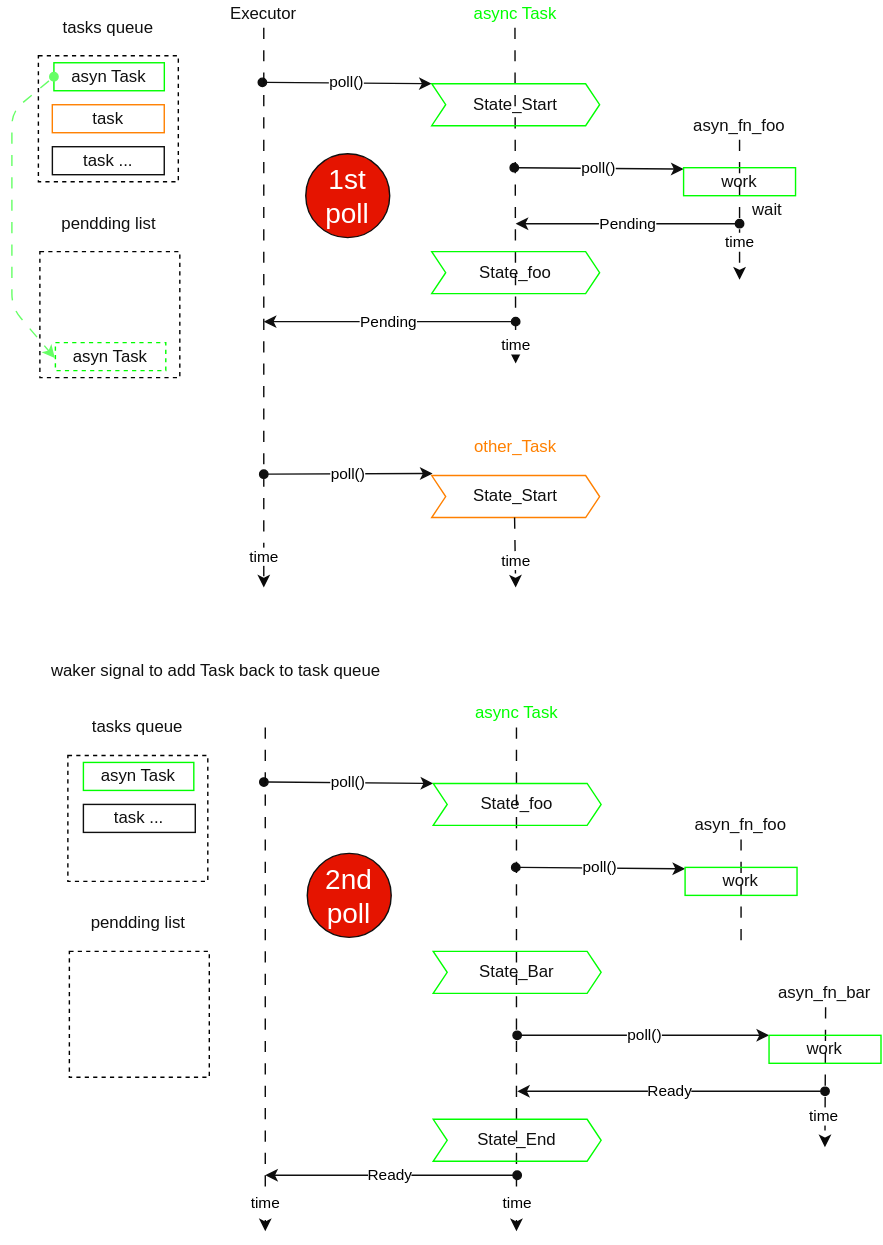
The draw.io diagram docs/rust/async/images/state_machine.drawio.svg in htgithub194/self-study, before a commit. Source tidied: cells renumbered, new cells last; positions are measured from the earlier drawing's top-left corner, leaving out a move shared by most shapes. Source of this version:
```xml
<mxGraphModel>
  <root>
    <mxCell id="0" />
    <mxCell id="1" parent="0" />
    <mxCell id="2" value="Executor" style="text;html=1;align=center;verticalAlign=middle;whiteSpace=wrap;rounded=0;fontColor=light-dark(#0F0F0F,#F0F0F0);" parent="1" vertex="1">
      <mxGeometry x="141" width="120" height="20" as="geometry" />
    </mxCell>
    <mxCell id="3" value="poll()" style="edgeStyle=none;html=1;exitX=0;exitY=0.5;exitDx=0;exitDy=0;strokeColor=light-dark(#0F0F0F,#F0F0F0);startArrow=oval;startFill=1;" parent="1" edge="1">
      <mxGeometry relative="1" as="geometry">
        <mxPoint x="200" y="59" as="sourcePoint" />
        <mxPoint x="321" y="60" as="targetPoint" />
      </mxGeometry>
    </mxCell>
    <mxCell id="4" value="async Task" style="text;html=1;align=center;verticalAlign=middle;whiteSpace=wrap;rounded=0;fontColor=light-dark(#00FF00,#00FF00);" parent="1" vertex="1">
      <mxGeometry x="321" width="120" height="20" as="geometry" />
    </mxCell>
    <mxCell id="5" value="time" style="edgeStyle=none;html=1;exitX=0.5;exitY=1;exitDx=0;exitDy=0;strokeColor=light-dark(#090909,#909090);startArrow=none;startFill=0;dashed=1;dashPattern=8 8;" parent="1" edge="1" source="2">
      <mxGeometry x="0.89" relative="1" as="geometry">
        <mxPoint x="201" y="420" as="targetPoint" />
      </mxGeometry>
    </mxCell>
    <mxCell id="6" value="time" style="edgeStyle=none;html=1;exitX=0.5;exitY=1;exitDx=0;exitDy=0;strokeColor=light-dark(#090909,#909090);startArrow=none;startFill=0;dashed=1;dashPattern=8 8;" parent="1" edge="1">
      <mxGeometry x="0.89" relative="1" as="geometry">
        <mxPoint x="380.5" y="20" as="sourcePoint" />
        <mxPoint x="381" y="260" as="targetPoint" />
      </mxGeometry>
    </mxCell>
    <mxCell id="7" value="asyn_fn_foo" style="text;html=1;align=center;verticalAlign=middle;whiteSpace=wrap;rounded=0;fontColor=light-dark(#0F0F0F,#F0F0F0);" parent="1" vertex="1">
      <mxGeometry x="481" y="80" width="120" height="20" as="geometry" />
    </mxCell>
    <mxCell id="8" value="time" style="edgeStyle=none;html=1;strokeColor=light-dark(#090909,#909090);startArrow=none;startFill=0;dashed=1;dashPattern=8 8;" parent="1" edge="1">
      <mxGeometry x="0.45" relative="1" as="geometry">
        <mxPoint x="541" y="100" as="sourcePoint" />
        <mxPoint x="541" y="200" as="targetPoint" />
      </mxGeometry>
    </mxCell>
    <mxCell id="9" value="State_Start" style="shape=step;perimeter=stepPerimeter;whiteSpace=wrap;html=1;fixedSize=1;fillColor=none;strokeColor=light-dark(#00FF00,#00FF00);fontColor=light-dark(#0F0F0F,#F0F0F0);size=10;" parent="1" vertex="1">
      <mxGeometry x="321" y="60" width="120" height="30" as="geometry" />
    </mxCell>
    <mxCell id="10" value="poll()" style="edgeStyle=none;html=1;exitX=0;exitY=0.5;exitDx=0;exitDy=0;strokeColor=light-dark(#0F0F0F,#F0F0F0);startArrow=oval;startFill=1;" parent="1" edge="1">
      <mxGeometry relative="1" as="geometry">
        <mxPoint x="380" y="120" as="sourcePoint" />
        <mxPoint x="501" y="121" as="targetPoint" />
      </mxGeometry>
    </mxCell>
    <mxCell id="11" value="work" style="rounded=0;whiteSpace=wrap;html=1;strokeColor=light-dark(#00FF00,#00FF00);fillColor=none;align=center;fontColor=light-dark(#0F0F0F,#F0F0F0);" parent="1" vertex="1">
      <mxGeometry x="501" y="120" width="80" height="20" as="geometry" />
    </mxCell>
    <mxCell id="12" value="wait" style="rounded=0;whiteSpace=wrap;html=1;strokeColor=none;fillColor=none;align=center;fontColor=light-dark(#0F0F0F,#F0F0F0);dashed=1;" parent="1" vertex="1">
      <mxGeometry x="541" y="140" width="40" height="20" as="geometry" />
    </mxCell>
    <mxCell id="13" value="Pending" style="edgeStyle=none;html=1;strokeColor=light-dark(#0F0F0F,#F0F0F0);startArrow=oval;startFill=1;" parent="1" edge="1">
      <mxGeometry relative="1" as="geometry">
        <mxPoint x="541" y="160" as="sourcePoint" />
        <mxPoint x="381" y="160" as="targetPoint" />
      </mxGeometry>
    </mxCell>
    <mxCell id="14" value="Pending" style="edgeStyle=none;html=1;exitX=0;exitY=0.5;exitDx=0;exitDy=0;strokeColor=light-dark(#0F0F0F,#F0F0F0);startArrow=oval;startFill=1;" parent="1" edge="1">
      <mxGeometry relative="1" as="geometry">
        <mxPoint x="381" y="230" as="sourcePoint" />
        <mxPoint x="201" y="230" as="targetPoint" />
      </mxGeometry>
    </mxCell>
    <mxCell id="15" value="State_foo" style="shape=step;perimeter=stepPerimeter;whiteSpace=wrap;html=1;fixedSize=1;fillColor=none;strokeColor=light-dark(#00FF00,#00FF00);fontColor=light-dark(#0F0F0F,#F0F0F0);size=10;" parent="1" vertex="1">
      <mxGeometry x="321" y="180" width="120" height="30" as="geometry" />
    </mxCell>
    <mxCell id="16" style="rounded=0;whiteSpace=wrap;html=1;strokeColor=default;fillColor=none;align=center;verticalAlign=middle;fontColor=light-dark(#0F0F0F,#F0F0F0);dashed=1;" parent="1" vertex="1">
      <mxGeometry x="39.9" y="40" width="100" height="90" as="geometry" />
    </mxCell>
    <mxCell id="17" value="tasks queue" style="text;html=1;align=center;verticalAlign=middle;whiteSpace=wrap;rounded=0;fontColor=light-dark(#0F0F0F,#F0F0F0);" parent="1" vertex="1">
      <mxGeometry x="50" y="10" width="80" height="20" as="geometry" />
    </mxCell>
    <mxCell id="18" value="pendding list" style="text;html=1;align=center;verticalAlign=middle;whiteSpace=wrap;rounded=0;fontColor=light-dark(#0F0F0F,#F0F0F0);" parent="1" vertex="1">
      <mxGeometry x="40" y="150" width="101" height="20" as="geometry" />
    </mxCell>
    <mxCell id="19" value="asyn Task" style="rounded=0;whiteSpace=wrap;html=1;strokeColor=light-dark(#00FF00,#00FF00);fillColor=none;align=center;fontColor=light-dark(#0F0F0F,#F0F0F0);verticalAlign=middle;" parent="1" vertex="1">
      <mxGeometry x="51" y="45" width="78.9" height="20" as="geometry" />
    </mxCell>
    <mxCell id="20" style="rounded=0;whiteSpace=wrap;html=1;strokeColor=default;fillColor=none;align=center;verticalAlign=middle;fontColor=light-dark(#0F0F0F,#F0F0F0);dashed=1;" parent="1" vertex="1">
      <mxGeometry x="41" y="180" width="100" height="90" as="geometry" />
    </mxCell>
    <mxCell id="21" value="asyn Task" style="rounded=0;whiteSpace=wrap;html=1;strokeColor=light-dark(#00FF00,#00FF00);fillColor=none;align=center;fontColor=light-dark(#0F0F0F,#F0F0F0);verticalAlign=middle;dashed=1;" parent="1" vertex="1">
      <mxGeometry x="52.1" y="245" width="78.9" height="20" as="geometry" />
    </mxCell>
    <mxCell id="22" style="edgeStyle=none;html=1;entryX=-0.005;entryY=0.55;entryDx=0;entryDy=0;exitX=0;exitY=0.5;exitDx=0;exitDy=0;startArrow=oval;startFill=1;dashed=1;entryPerimeter=0;flowAnimation=1;strokeColor=light-dark(#66FF66,#66FF66);dashPattern=8 8;" parent="1" edge="1" source="19" target="21">
      <mxGeometry relative="1" as="geometry">
        <Array as="points">
          <mxPoint x="21" y="80" />
          <mxPoint x="21" y="220" />
        </Array>
      </mxGeometry>
    </mxCell>
    <mxCell id="23" value="waker signal to add Task back to task queue" style="text;html=1;align=center;verticalAlign=middle;whiteSpace=wrap;rounded=0;fontColor=light-dark(#0F0F0F,#F0F0F0);" parent="1" vertex="1">
      <mxGeometry x="42.1" y="460" width="250" height="40" as="geometry" />
    </mxCell>
    <mxCell id="24" value="poll()" style="edgeStyle=none;html=1;exitX=0;exitY=0.5;exitDx=0;exitDy=0;strokeColor=light-dark(#0F0F0F,#F0F0F0);startArrow=oval;startFill=1;" parent="1" edge="1">
      <mxGeometry relative="1" as="geometry">
        <mxPoint x="201.1" y="559" as="sourcePoint" />
        <mxPoint x="322.1" y="560" as="targetPoint" />
      </mxGeometry>
    </mxCell>
    <mxCell id="25" value="time" style="edgeStyle=none;html=1;exitX=0.5;exitY=1;exitDx=0;exitDy=0;strokeColor=light-dark(#090909,#909090);startArrow=none;startFill=0;dashed=1;dashPattern=8 8;" parent="1" edge="1">
      <mxGeometry x="0.89" relative="1" as="geometry">
        <mxPoint x="202.1" y="520" as="sourcePoint" />
        <mxPoint x="202.1" y="880" as="targetPoint" />
      </mxGeometry>
    </mxCell>
    <mxCell id="26" value="time" style="edgeStyle=none;html=1;exitX=0.5;exitY=1;exitDx=0;exitDy=0;strokeColor=light-dark(#090909,#909090);startArrow=none;startFill=0;dashed=1;dashPattern=8 8;" parent="1" edge="1">
      <mxGeometry x="0.89" relative="1" as="geometry">
        <mxPoint x="381.6" y="520" as="sourcePoint" />
        <mxPoint x="381.6" y="880" as="targetPoint" />
      </mxGeometry>
    </mxCell>
    <mxCell id="27" style="edgeStyle=none;html=1;strokeColor=light-dark(#090909,#909090);startArrow=none;startFill=0;dashed=1;dashPattern=8 8;endArrow=none;endFill=0;" parent="1" edge="1">
      <mxGeometry x="0.69" relative="1" as="geometry">
        <mxPoint x="542.1" y="600" as="sourcePoint" />
        <mxPoint x="542.1" y="680" as="targetPoint" />
      </mxGeometry>
    </mxCell>
    <mxCell id="28" value="State_foo" style="shape=step;perimeter=stepPerimeter;whiteSpace=wrap;html=1;fixedSize=1;fillColor=none;strokeColor=light-dark(#00FF00,#00FF00);fontColor=light-dark(#0F0F0F,#F0F0F0);size=10;" parent="1" vertex="1">
      <mxGeometry x="322.1" y="560" width="120" height="30" as="geometry" />
    </mxCell>
    <mxCell id="29" value="poll()" style="edgeStyle=none;html=1;exitX=0;exitY=0.5;exitDx=0;exitDy=0;strokeColor=light-dark(#0F0F0F,#F0F0F0);startArrow=oval;startFill=1;" parent="1" edge="1">
      <mxGeometry relative="1" as="geometry">
        <mxPoint x="381.1" y="620" as="sourcePoint" />
        <mxPoint x="502.1" y="621" as="targetPoint" />
      </mxGeometry>
    </mxCell>
    <mxCell id="30" value="work" style="rounded=0;whiteSpace=wrap;html=1;strokeColor=light-dark(#00FF00,#00FF00);fillColor=none;align=center;fontColor=light-dark(#0F0F0F,#F0F0F0);" parent="1" vertex="1">
      <mxGeometry x="502.1" y="620" width="80" height="20" as="geometry" />
    </mxCell>
    <mxCell id="31" value="Ready" style="edgeStyle=none;html=1;strokeColor=light-dark(#0F0F0F,#F0F0F0);startArrow=oval;startFill=1;" parent="1" edge="1">
      <mxGeometry relative="1" as="geometry">
        <mxPoint x="602.1" y="780" as="sourcePoint" />
        <mxPoint x="382.1" y="780" as="targetPoint" />
      </mxGeometry>
    </mxCell>
    <mxCell id="32" style="edgeStyle=none;html=1;entryX=-0.005;entryY=0.55;entryDx=0;entryDy=0;exitX=0;exitY=0.5;exitDx=0;exitDy=0;startArrow=oval;startFill=1;dashed=1;entryPerimeter=0;flowAnimation=1;strokeColor=light-dark(#66FF66,#66FF66);dashPattern=8 8;" parent="1" edge="1" target="x">
      <mxGeometry relative="1" as="geometry">
        <mxPoint x="51.6" y="645" as="sourcePoint" />
        <Array as="points">
          <mxPoint x="0.5" y="680" />
          <mxPoint x="0.5" y="800" />
        </Array>
      </mxGeometry>
    </mxCell>
    <mxCell id="33" value="State_Bar" style="shape=step;perimeter=stepPerimeter;whiteSpace=wrap;html=1;fixedSize=1;fillColor=none;strokeColor=light-dark(#00FF00,#00FF00);fontColor=light-dark(#0F0F0F,#F0F0F0);size=10;" parent="1" vertex="1">
      <mxGeometry x="322.1" y="680" width="120" height="30" as="geometry" />
    </mxCell>
    <mxCell id="34" value="poll()" style="edgeStyle=none;html=1;exitX=0;exitY=0.5;exitDx=0;exitDy=0;strokeColor=light-dark(#0F0F0F,#F0F0F0);startArrow=oval;startFill=1;entryX=0;entryY=0;entryDx=0;entryDy=0;" parent="1" edge="1" target="37">
      <mxGeometry relative="1" as="geometry">
        <mxPoint x="382.1" y="740" as="sourcePoint" />
      </mxGeometry>
    </mxCell>
    <mxCell id="35" value="asyn_fn_bar" style="text;html=1;align=center;verticalAlign=middle;whiteSpace=wrap;rounded=0;fontColor=light-dark(#0F0F0F,#F0F0F0);" parent="1" vertex="1">
      <mxGeometry x="562.1" y="700" width="80" height="20" as="geometry" />
    </mxCell>
    <mxCell id="36" value="time" style="edgeStyle=none;html=1;strokeColor=light-dark(#090909,#909090);startArrow=none;startFill=0;dashed=1;dashPattern=8 8;" parent="1" edge="1">
      <mxGeometry x="0.56" y="-1" relative="1" as="geometry">
        <mxPoint x="602.5" y="720" as="sourcePoint" />
        <mxPoint x="602" y="820" as="targetPoint" />
      </mxGeometry>
    </mxCell>
    <mxCell id="37" value="work" style="rounded=0;whiteSpace=wrap;html=1;strokeColor=light-dark(#00FF00,#00FF00);fillColor=none;align=center;fontColor=light-dark(#0F0F0F,#F0F0F0);" parent="1" vertex="1">
      <mxGeometry x="562.1" y="740" width="80" height="20" as="geometry" />
    </mxCell>
    <mxCell id="38" value="asyn_fn_foo" style="text;html=1;align=center;verticalAlign=middle;whiteSpace=wrap;rounded=0;fontColor=light-dark(#0F0F0F,#F0F0F0);" parent="1" vertex="1">
      <mxGeometry x="482.1" y="580" width="120" height="20" as="geometry" />
    </mxCell>
    <mxCell id="39" value="async Task" style="text;html=1;align=center;verticalAlign=middle;whiteSpace=wrap;rounded=0;fontColor=light-dark(#00FF00,#00FF00);" parent="1" vertex="1">
      <mxGeometry x="322.1" y="500" width="120" height="20" as="geometry" />
    </mxCell>
    <mxCell id="40" value="1st&lt;br&gt;poll" style="ellipse;whiteSpace=wrap;html=1;rounded=0;align=center;verticalAlign=middle;fontFamily=Helvetica;fontSize=20;fontColor=#ffffff;fillColor=#e51400;strokeColor=light-dark(#0F0F0F,#F0F0F0);" parent="1" vertex="1">
      <mxGeometry x="231" y="110" width="60" height="60" as="geometry" />
    </mxCell>
    <mxCell id="41" value="2nd&lt;br&gt;poll" style="ellipse;whiteSpace=wrap;html=1;rounded=0;align=center;verticalAlign=middle;fontFamily=Helvetica;fontSize=20;fontColor=#ffffff;fillColor=#e51400;strokeColor=light-dark(#0F0F0F,#F0F0F0);" parent="1" vertex="1">
      <mxGeometry x="232.1" y="610" width="60" height="60" as="geometry" />
    </mxCell>
    <mxCell id="42" value="State_End" style="shape=step;perimeter=stepPerimeter;whiteSpace=wrap;html=1;fixedSize=1;fillColor=none;strokeColor=light-dark(#00FF00,#00FF00);fontColor=light-dark(#0F0F0F,#F0F0F0);size=10;" parent="1" vertex="1">
      <mxGeometry x="322.1" y="800" width="120" height="30" as="geometry" />
    </mxCell>
    <mxCell id="43" value="Ready" style="edgeStyle=none;html=1;strokeColor=light-dark(#0F0F0F,#F0F0F0);startArrow=oval;startFill=1;" parent="1" edge="1">
      <mxGeometry relative="1" as="geometry">
        <mxPoint x="382.1" y="840" as="sourcePoint" />
        <mxPoint x="202.1" y="840" as="targetPoint" />
      </mxGeometry>
    </mxCell>
    <mxCell id="44" value="task" style="rounded=0;whiteSpace=wrap;html=1;strokeColor=light-dark(#FF8000,#FF8000);fillColor=none;align=center;fontColor=light-dark(#0F0F0F,#F0F0F0);verticalAlign=middle;" parent="1" vertex="1">
      <mxGeometry x="49.9" y="75" width="80" height="20" as="geometry" />
    </mxCell>
    <mxCell id="45" value="task ..." style="rounded=0;whiteSpace=wrap;html=1;strokeColor=light-dark(#0F0F0F,#F0F0F0);fillColor=none;align=center;verticalAlign=middle;fontColor=light-dark(#0F0F0F,#F0F0F0);" parent="1" vertex="1">
      <mxGeometry x="49.9" y="105" width="80" height="20" as="geometry" />
    </mxCell>
    <mxCell id="46" value="State_Start" style="shape=step;perimeter=stepPerimeter;whiteSpace=wrap;html=1;fixedSize=1;fillColor=none;strokeColor=light-dark(#FF8000,#FF8000);fontColor=light-dark(#0F0F0F,#F0F0F0);size=10;" parent="1" vertex="1">
      <mxGeometry x="321" y="340" width="120" height="30" as="geometry" />
    </mxCell>
    <mxCell id="47" value="other_Task" style="text;html=1;align=center;verticalAlign=middle;whiteSpace=wrap;rounded=0;fontColor=light-dark(#FF8000,#FF8000);" parent="1" vertex="1">
      <mxGeometry x="321" y="310" width="120" height="20" as="geometry" />
    </mxCell>
    <mxCell id="48" value="poll()" style="edgeStyle=none;html=1;strokeColor=light-dark(#0F0F0F,#F0F0F0);startArrow=oval;startFill=1;entryX=0.005;entryY=-0.049;entryDx=0;entryDy=0;entryPerimeter=0;" parent="1" edge="1" target="46">
      <mxGeometry relative="1" as="geometry">
        <mxPoint x="201" y="339" as="sourcePoint" />
      </mxGeometry>
    </mxCell>
    <mxCell id="49" value="time" style="edgeStyle=none;html=1;exitX=0.5;exitY=1;exitDx=0;exitDy=0;strokeColor=light-dark(#090909,#909090);startArrow=none;startFill=0;dashed=1;dashPattern=8 8;" parent="1" edge="1">
      <mxGeometry x="0.2" relative="1" as="geometry">
        <mxPoint x="380.2" y="370" as="sourcePoint" />
        <mxPoint x="381" y="420" as="targetPoint" />
      </mxGeometry>
    </mxCell>
    <mxCell id="50" style="rounded=0;whiteSpace=wrap;html=1;strokeColor=default;fillColor=none;align=center;verticalAlign=middle;fontColor=light-dark(#0F0F0F,#F0F0F0);dashed=1;" parent="1" vertex="1">
      <mxGeometry x="61" y="540" width="100" height="90" as="geometry" />
    </mxCell>
    <mxCell id="51" value="tasks queue" style="text;html=1;align=center;verticalAlign=middle;whiteSpace=wrap;rounded=0;fontColor=light-dark(#0F0F0F,#F0F0F0);" parent="1" vertex="1">
      <mxGeometry x="71" y="510" width="80" height="20" as="geometry" />
    </mxCell>
    <mxCell id="52" value="pendding list" style="text;html=1;align=center;verticalAlign=middle;whiteSpace=wrap;rounded=0;fontColor=light-dark(#0F0F0F,#F0F0F0);" parent="1" vertex="1">
      <mxGeometry x="61" y="650" width="101" height="20" as="geometry" />
    </mxCell>
    <mxCell id="53" value="asyn Task" style="rounded=0;whiteSpace=wrap;html=1;strokeColor=light-dark(#00FF00,#00FF00);fillColor=none;align=center;fontColor=light-dark(#0F0F0F,#F0F0F0);verticalAlign=middle;" parent="1" vertex="1">
      <mxGeometry x="72.1" y="545" width="78.9" height="20" as="geometry" />
    </mxCell>
    <mxCell id="54" style="rounded=0;whiteSpace=wrap;html=1;strokeColor=default;fillColor=none;align=center;verticalAlign=middle;fontColor=light-dark(#0F0F0F,#F0F0F0);dashed=1;" parent="1" vertex="1">
      <mxGeometry x="62.1" y="680" width="100" height="90" as="geometry" />
    </mxCell>
    <mxCell id="55" value="task ..." style="rounded=0;whiteSpace=wrap;html=1;strokeColor=light-dark(#0F0F0F,#F0F0F0);fillColor=none;align=center;verticalAlign=middle;fontColor=light-dark(#0F0F0F,#F0F0F0);" parent="1" vertex="1">
      <mxGeometry x="72.1" y="575" width="80" height="20" as="geometry" />
    </mxCell>
  </root>
</mxGraphModel>
```
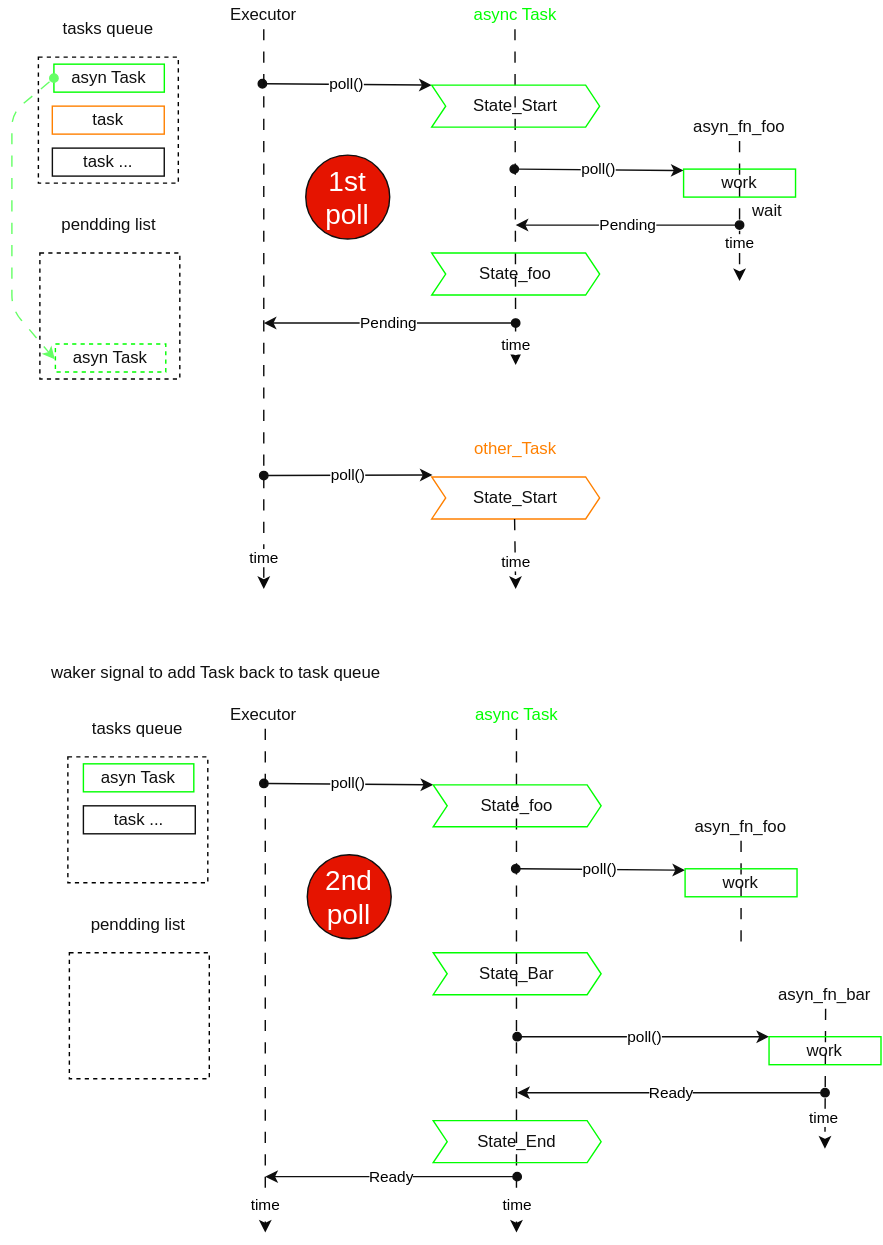
The same diagram one commit later.

Commit message:
async await state machine

What changed in the source:
```diff
@@ -226,5 +226,8 @@
     <mxCell id="55" value="task ..." style="rounded=0;whiteSpace=wrap;html=1;strokeColor=light-dark(#0F0F0F,#F0F0F0);fillColor=none;align=center;verticalAlign=middle;fontColor=light-dark(#0F0F0F,#F0F0F0);" parent="1" vertex="1">
       <mxGeometry x="72.1" y="575" width="80" height="20" as="geometry" />
     </mxCell>
+    <mxCell id="56" value="Executor" style="text;html=1;align=center;verticalAlign=middle;whiteSpace=wrap;rounded=0;fontColor=light-dark(#0F0F0F,#F0F0F0);" parent="1" vertex="1">
+      <mxGeometry x="161" y="500" width="80" height="20" as="geometry" />
+    </mxCell>
   </root>
 </mxGraphModel>
```
